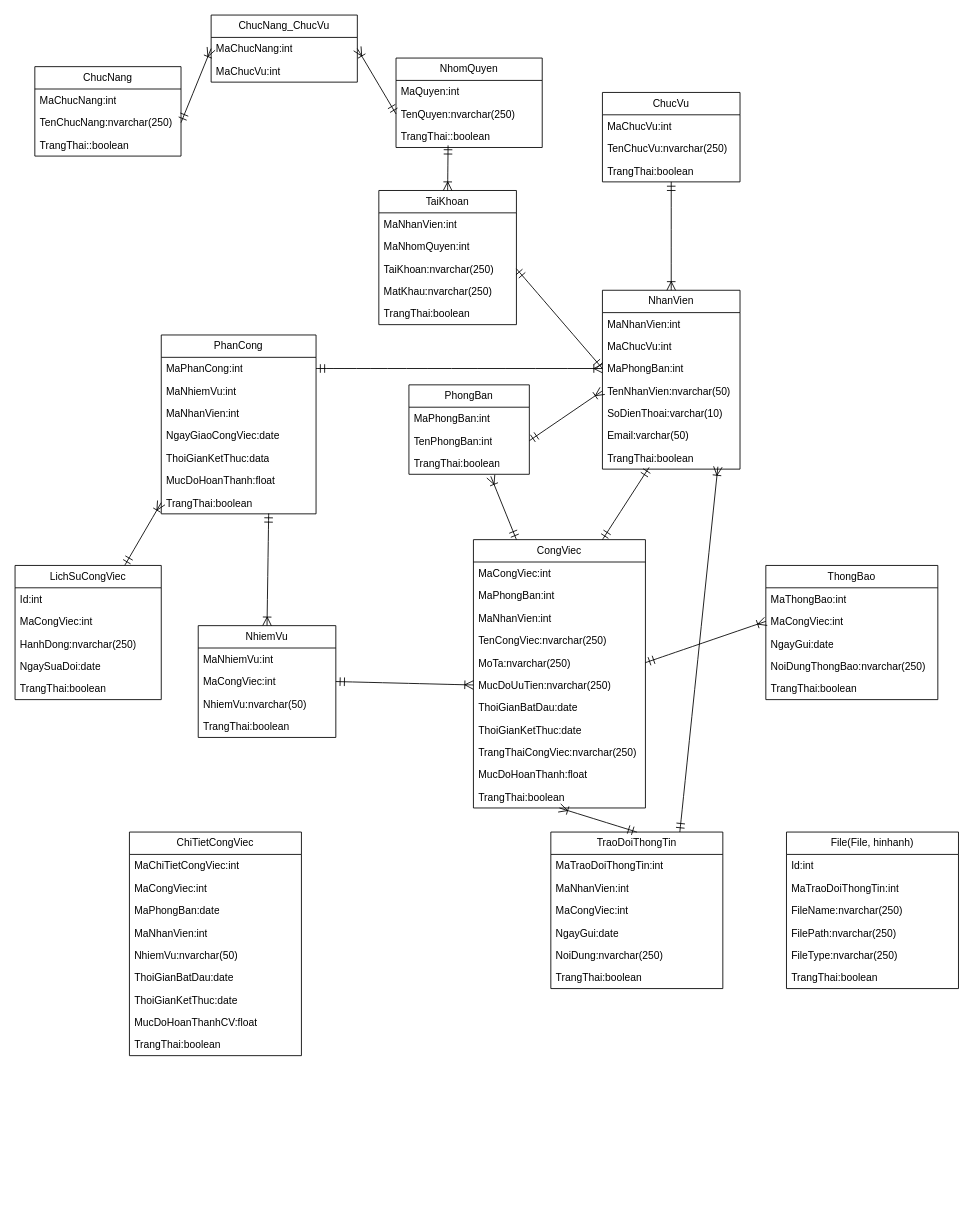
maivantai2003/vercelDemo keeps this draw.io diagram as j2ee.drawio. Above is the earlier version. Source tidied: cells renumbered, new cells numbered last; positions are measured from the earlier drawing's top-left corner, leaving out a move shared by most shapes. Both pictures are drawn from the tidied source at 86%, with x=0, y=0 at pixel (15, 15).
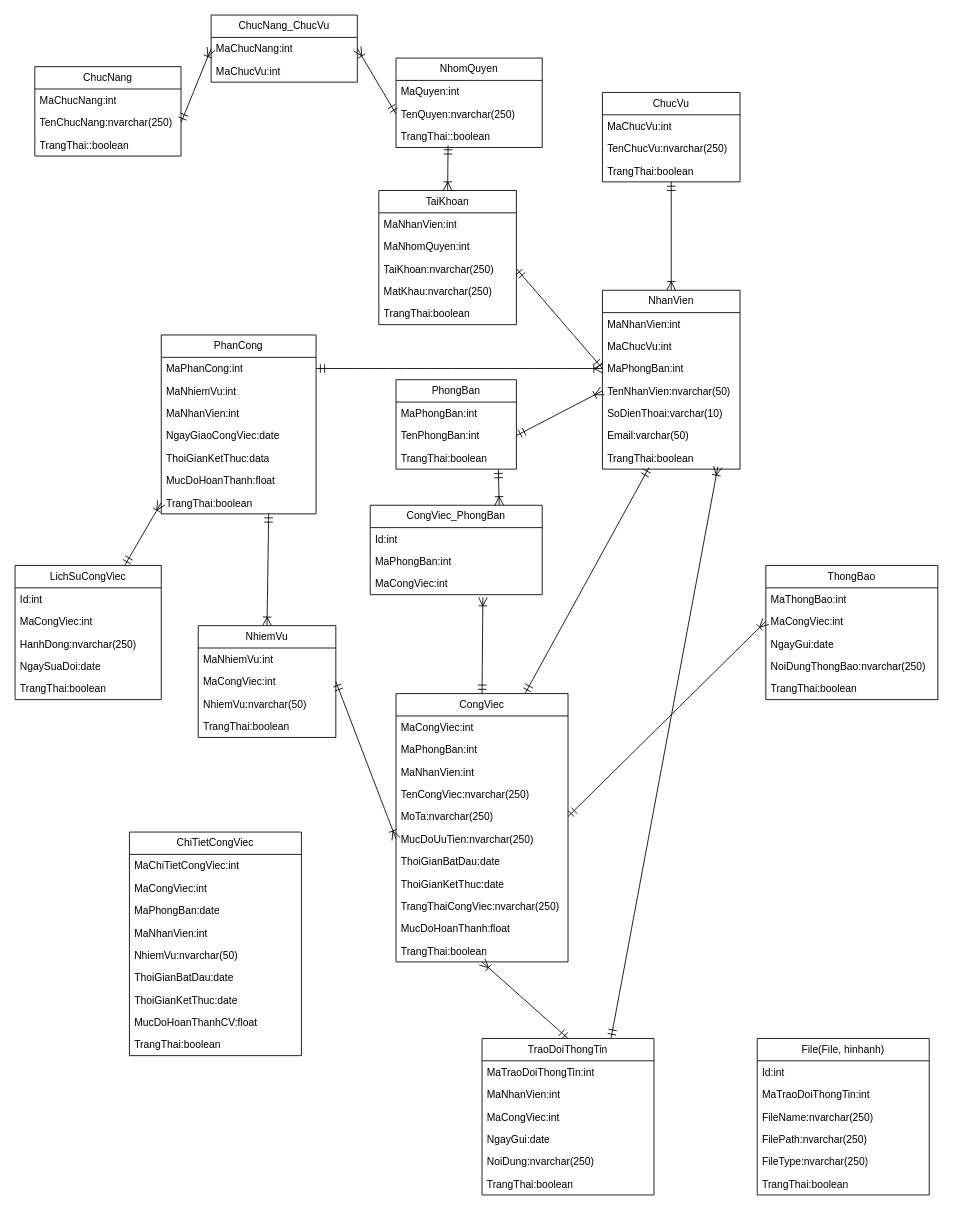
The same page after the edit.

Unchanged cells that the change refers to:
```xml
<mxCell id="20" value="TrangThai:boolean" style="text;strokeColor=none;fillColor=none;align=left;verticalAlign=top;spacingLeft=4;spacingRight=4;overflow=hidden;points=[[0,0.5],[1,0.5]];portConstraint=eastwest;whiteSpace=wrap;html=1;" parent="17" vertex="1">
  <mxGeometry y="78" width="140" height="26" as="geometry" />
</mxCell>
```

Change to the diagram source:
```diff
@@
     <mxCell id="17" value="PhongBan" style="swimlane;fontStyle=0;horizontal=1;startSize=26;fillColor=none;whiteSpace=wrap;html=1;" parent="1" vertex="1">
-      <mxGeometry x="458" y="430" width="140" height="104" as="geometry" />
+      <mxGeometry x="443" y="424" width="140" height="104" as="geometry" />
     </mxCell>
@@
     <mxCell id="22" value="CongViec" style="swimlane;fontStyle=0;horizontal=1;startSize=26;fillColor=none;whiteSpace=wrap;html=1;" parent="1" vertex="1">
-      <mxGeometry x="533" y="610" width="200" height="312" as="geometry" />
+      <mxGeometry x="443" y="789" width="200" height="312" as="geometry" />
     </mxCell>
@@
     <mxCell id="41" value="TraoDoiThongTin" style="swimlane;fontStyle=0;horizontal=1;startSize=26;fillColor=none;whiteSpace=wrap;html=1;" parent="1" vertex="1">
-      <mxGeometry x="623" y="950" width="200" height="182" as="geometry" />
+      <mxGeometry x="543" y="1190" width="200" height="182" as="geometry" />
     </mxCell>
@@
     <mxCell id="54" value="File(File, hinhanh)" style="swimlane;fontStyle=0;horizontal=1;startSize=26;fillColor=none;whiteSpace=wrap;html=1;" parent="1" vertex="1">
-      <mxGeometry x="897" y="950" width="200" height="182" as="geometry" />
+      <mxGeometry x="863" y="1190" width="200" height="182" as="geometry" />
     </mxCell>
@@
-    <mxCell id="104" style="edgeStyle=none;curved=1;rounded=0;jettySize=auto;html=1;exitX=0.25;exitY=0;exitDx=0;exitDy=0;entryX=0.68;entryY=1.092;entryDx=0;entryDy=0;entryPerimeter=0;fontSize=12;startSize=8;endSize=8;startArrow=ERmandOne;startFill=0;endArrow=ERoneToMany;endFill=0;" parent="1" edge="1" source="22" target="20">
-      <mxGeometry relative="1" as="geometry" />
-    </mxCell>
@@
+    <mxCell id="112" value="CongViec_PhongBan" style="swimlane;fontStyle=0;horizontal=1;startSize=26;fillColor=none;whiteSpace=wrap;html=1;" parent="1" vertex="1">
+      <mxGeometry x="413" y="570" width="200" height="104" as="geometry" />
+    </mxCell>
+    <mxCell id="113" value="Id:int" style="text;strokeColor=none;fillColor=none;align=left;verticalAlign=top;spacingLeft=4;spacingRight=4;overflow=hidden;whiteSpace=wrap;html=1;" parent="112" vertex="1">
+      <mxGeometry y="26" width="200" height="26" as="geometry" />
+    </mxCell>
+    <mxCell id="114" value="MaPhongBan:int" style="text;strokeColor=none;fillColor=none;align=left;verticalAlign=top;spacingLeft=4;spacingRight=4;overflow=hidden;whiteSpace=wrap;html=1;" parent="112" vertex="1">
+      <mxGeometry y="52" width="200" height="26" as="geometry" />
+    </mxCell>
+    <mxCell id="115" value="MaCongViec:int" style="text;strokeColor=none;fillColor=none;align=left;verticalAlign=top;spacingLeft=4;spacingRight=4;overflow=hidden;points=[[0,0.5],[1,0.5]];portConstraint=eastwest;whiteSpace=wrap;html=1;" parent="112" vertex="1">
+      <mxGeometry y="78" width="200" height="26" as="geometry" />
+    </mxCell>
+    <mxCell id="116" style="edgeStyle=none;curved=1;rounded=0;jettySize=auto;html=1;exitX=0.5;exitY=0;exitDx=0;exitDy=0;entryX=0.655;entryY=1.115;entryDx=0;entryDy=0;entryPerimeter=0;fontSize=12;startSize=8;endSize=8;endArrow=ERoneToMany;endFill=0;startArrow=ERmandOne;startFill=0;" parent="1" edge="1" source="22" target="115">
+      <mxGeometry relative="1" as="geometry" />
+    </mxCell>
+    <mxCell id="117" style="edgeStyle=none;curved=1;rounded=0;jettySize=auto;html=1;exitX=0.75;exitY=0;exitDx=0;exitDy=0;entryX=0.85;entryY=1;entryDx=0;entryDy=0;entryPerimeter=0;fontSize=12;startSize=8;endSize=8;startArrow=ERoneToMany;startFill=0;endArrow=ERmandOne;endFill=0;" parent="1" edge="1" source="112" target="20">
+      <mxGeometry relative="1" as="geometry" />
+    </mxCell>
```
